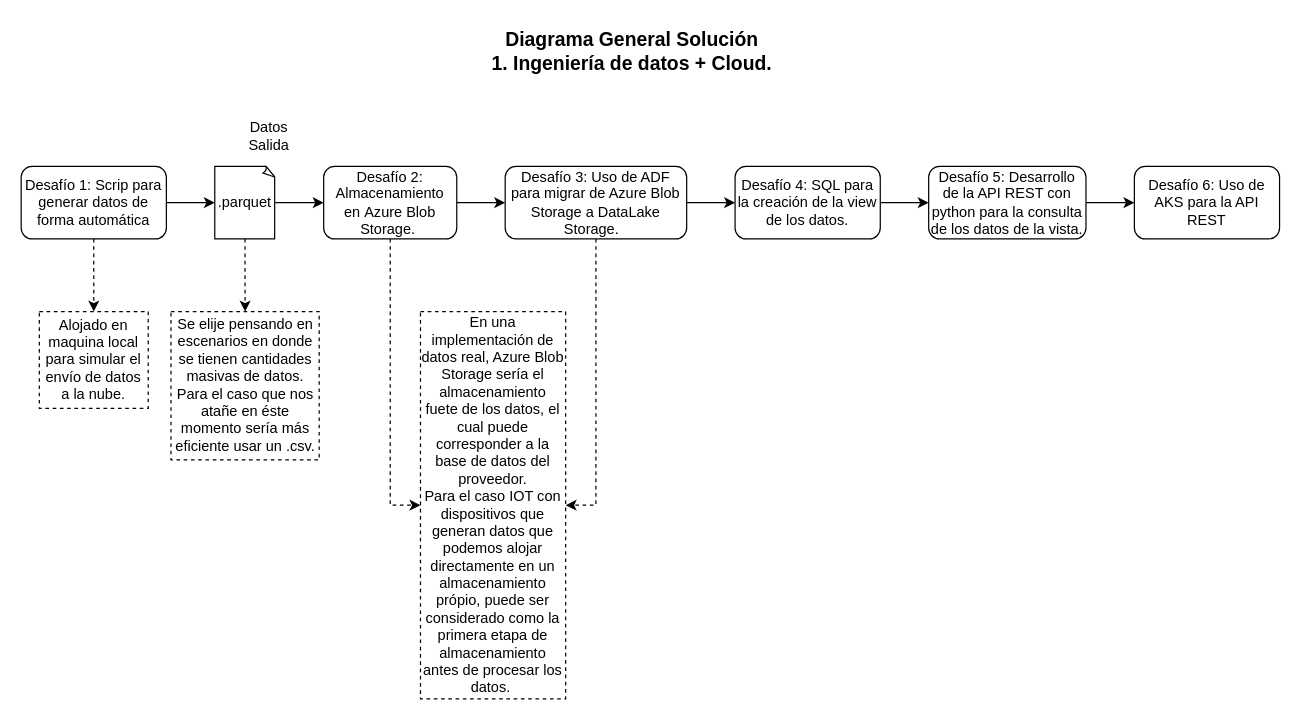
Before: p1_ingenieria_de_datos_cloud/arquitectura_solucion_punto1.drawio in EPGHH/DataEngTestGlobalMVM, a draw.io diagram. Source tidied: cells renumbered, new cells numbered last; positions are measured from the earlier drawing's top-left corner, leaving out a move shared by most shapes. Both pictures are drawn from the tidied source at 121%, with x=0, y=0 at pixel (21, 21).
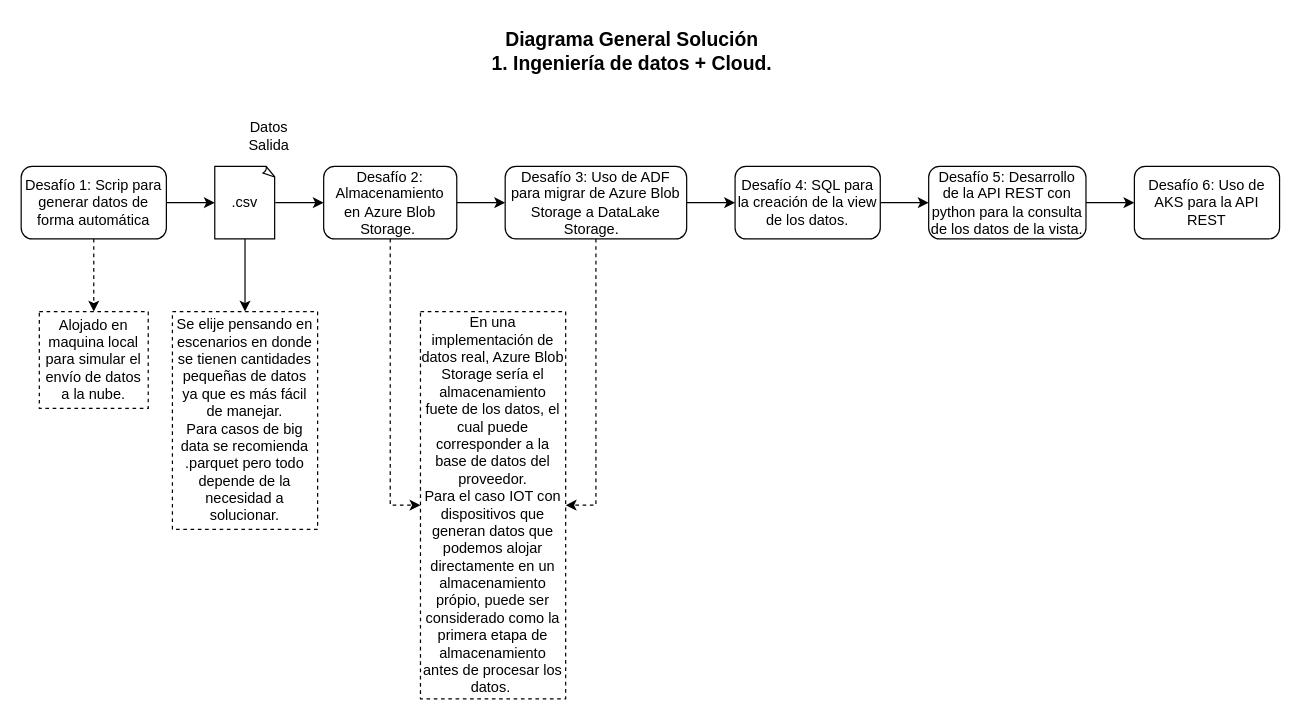
After the change.

Commit message (it also covers changes not shown here):
implementacion de la carga de datos a azure datalake storage

The edit, as a diff of the source:
```diff
@@
-    <mxCell id="5" style="edgeStyle=orthogonalEdgeStyle;rounded=0;jettySize=auto;html=1;dashed=1;" parent="1" edge="1" source="7" target="10">
-      <mxGeometry relative="1" as="geometry" />
-    </mxCell>
@@
+    <mxCell id="24" style="edgeStyle=orthogonalEdgeStyle;rounded=0;jettySize=auto;html=1;entryX=0.5;entryY=0;entryDx=0;entryDy=0;" parent="1" edge="1" source="7" target="25">
+      <mxGeometry relative="1" as="geometry" />
+    </mxCell>
-    <mxCell id="7" value=".parquet" style="whiteSpace=wrap;html=1;shape=mxgraph.basic.document;" parent="1" vertex="1">
+    <mxCell id="7" value=".csv" style="whiteSpace=wrap;html=1;shape=mxgraph.basic.document;" parent="1" vertex="1">
       <mxGeometry x="160" y="120" width="50" height="60" as="geometry" />
     </mxCell>
@@
-    <mxCell id="10" value="Se elije pensando en escenarios en donde se tienen cantidades masivas de datos.&lt;br&gt;Para el caso que nos atañe en éste momento sería más eficiente usar un .csv." style="whiteSpace=wrap;html=1;dashed=1;" parent="1" vertex="1">
-      <mxGeometry x="123.8" y="240" width="122.5" height="122.5" as="geometry" />
-    </mxCell>
@@
+    <mxCell id="25" value="Se elije pensando en escenarios en donde se tienen cantidades pequeñas de datos ya que es más fácil de manejar.&lt;br&gt;Para casos de big data se recomienda .parquet pero todo depende de la necesidad a solucionar." style="rounded=0;whiteSpace=wrap;html=1;dashed=1;" parent="1" vertex="1">
+      <mxGeometry x="125" y="240" width="120" height="180" as="geometry" />
+    </mxCell>
```
